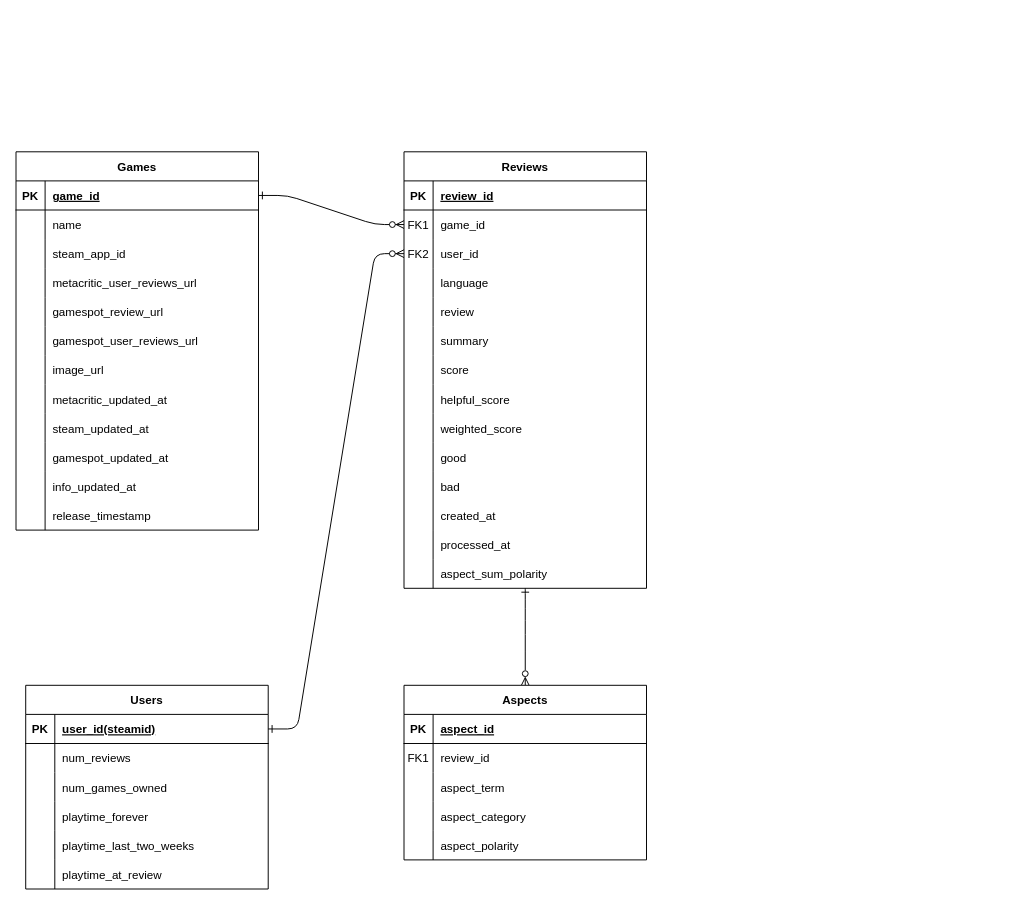
Before: ER.drawio in Fergons/SentimentAnalysis, a draw.io diagram. Source tidied: cells renumbered, new cells numbered last; positions are measured from the earlier drawing's top-left corner, leaving out a move shared by most shapes. Both pictures are drawn from the tidied source at 97%, with x=0, y=0 at pixel (16, 151).
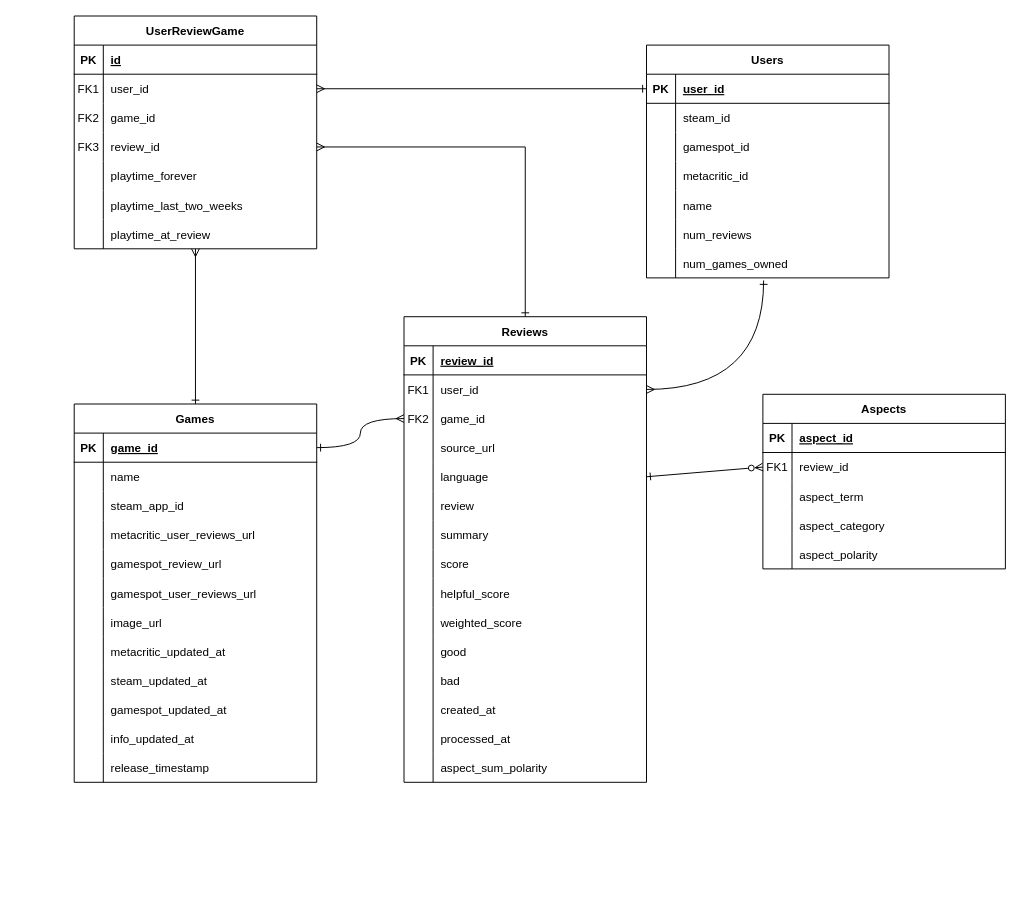
Above is the later version.

The change refers to these unchanged cells:
```xml
<mxCell id="48" style="shape=partialRectangle;fillColor=none;points=[[0,0.5],[1,0.5]];portConstraint=eastwest;top=0;left=0;right=0;bottom=1;" parent="47" vertex="1">
  <mxGeometry y="30" width="250" height="30" as="geometry" />
</mxCell>
<mxCell id="85" style="shape=partialRectangle;fillColor=none;points=[[0,0.5],[1,0.5]];portConstraint=eastwest;top=0;left=0;right=0;bottom=1;" parent="84" vertex="1">
  <mxGeometry y="30" width="250" height="30" as="geometry" />
</mxCell>
<mxCell id="88" style="shape=partialRectangle;fillColor=none;top=0;left=0;right=0;bottom=0;" parent="84" vertex="1">
  <mxGeometry y="60" width="250" height="30" as="geometry" />
</mxCell>
<mxCell id="108" style="shape=partialRectangle;fillColor=none;points=[[0,0.5],[1,0.5]];portConstraint=eastwest;top=0;left=0;right=0;bottom=0;" parent="104" vertex="1">
  <mxGeometry y="60" width="250" height="30" as="geometry" />
</mxCell>
```

The edit, as a diff of the source:
```diff
@@
-    <mxCell id="2" style="edgeStyle=entityRelationEdgeStyle;endArrow=ERzeroToMany;startArrow=ERone;endFill=1;startFill=0;" parent="1" edge="1" source="48" target="8">
-      <mxGeometry relative="1" as="geometry" />
-    </mxCell>
-    <mxCell id="3" style="edgeStyle=orthogonalEdgeStyle;curved=1;rounded=0;jettySize=auto;html=1;entryX=0.5;entryY=0;entryDx=0;entryDy=0;endArrow=ERzeroToMany;endFill=0;startArrow=ERone;startFill=0;" parent="1" edge="1" source="4" target="104">
+    <mxCell id="3" style="rounded=0;jettySize=auto;html=1;endArrow=ERzeroToMany;endFill=0;startArrow=ERone;startFill=0;exitX=1;exitY=0.5;exitDx=0;exitDy=0;entryX=0;entryY=0.5;entryDx=0;entryDy=0;" parent="1" edge="1" source="14" target="108">
       <mxGeometry relative="1" as="geometry" />
     </mxCell>
     <mxCell id="4" value="Reviews" style="shape=table;startSize=30;childLayout=tableLayout;rowLines=0;fontStyle=1;align=center;" parent="1" vertex="1">
-      <mxGeometry x="400" width="250" height="450" as="geometry" />
+      <mxGeometry x="400" y="170" width="250" height="480" as="geometry" />
     </mxCell>
@@
-    <mxCell id="8" style="shape=partialRectangle;fillColor=none;points=[[0,0.5],[1,0.5]];portConstraint=eastwest;top=0;left=0;right=0;bottom=0;" parent="4" vertex="1">
-      <mxGeometry y="60" width="250" height="30" as="geometry" />
-    </mxCell>
-    <mxCell id="9" value="FK1" style="shape=partialRectangle;overflow=hidden;fillColor=none;top=0;left=0;bottom=0;right=0;" parent="8" vertex="1">
-      <mxGeometry width="30" height="30" as="geometry" />
-    </mxCell>
-    <mxCell id="10" value="game_id" style="shape=partialRectangle;overflow=hidden;fillColor=none;top=0;left=0;bottom=0;right=0;align=left;spacingLeft=6;" parent="8" vertex="1">
-      <mxGeometry x="30" width="220" height="30" as="geometry" />
-    </mxCell>
-    <mxCell id="11" style="shape=partialRectangle;fillColor=none;points=[[0,0.5],[1,0.5]];portConstraint=eastwest;top=0;left=0;right=0;bottom=0;" parent="4" vertex="1">
-      <mxGeometry y="90" width="250" height="30" as="geometry" />
-    </mxCell>
-    <mxCell id="12" value="FK2" style="shape=partialRectangle;overflow=hidden;fillColor=none;top=0;left=0;bottom=0;right=0;" parent="11" vertex="1">
-      <mxGeometry width="30" height="30" as="geometry" />
-    </mxCell>
-    <mxCell id="13" value="user_id" style="shape=partialRectangle;overflow=hidden;fillColor=none;top=0;left=0;bottom=0;right=0;align=left;spacingLeft=6;" parent="11" vertex="1">
-      <mxGeometry x="30" width="220" height="30" as="geometry" />
-    </mxCell>
+    <mxCell id="120" style="shape=partialRectangle;fillColor=none;points=[[0,0.5],[1,0.5]];portConstraint=eastwest;top=0;left=0;right=0;bottom=0;" parent="4" vertex="1">
+      <mxGeometry y="60" width="250" height="30" as="geometry" />
+    </mxCell>
+    <mxCell id="121" value="FK1" style="shape=partialRectangle;overflow=hidden;fillColor=none;top=0;left=0;bottom=0;right=0;" parent="120" vertex="1">
+      <mxGeometry width="30" height="30" as="geometry" />
+    </mxCell>
+    <mxCell id="122" value="user_id" style="shape=partialRectangle;overflow=hidden;fillColor=none;top=0;left=0;bottom=0;right=0;align=left;spacingLeft=6;" parent="120" vertex="1">
+      <mxGeometry x="30" width="220" height="30" as="geometry" />
+    </mxCell>
+    <mxCell id="123" style="shape=partialRectangle;fillColor=none;points=[[0,0.5],[1,0.5]];portConstraint=eastwest;top=0;left=0;right=0;bottom=0;" parent="4" vertex="1">
+      <mxGeometry y="90" width="250" height="30" as="geometry" />
+    </mxCell>
+    <mxCell id="124" value="FK2" style="shape=partialRectangle;overflow=hidden;fillColor=none;top=0;left=0;bottom=0;right=0;" parent="123" vertex="1">
+      <mxGeometry width="30" height="30" as="geometry" />
+    </mxCell>
+    <mxCell id="125" value="game_id" style="shape=partialRectangle;overflow=hidden;fillColor=none;top=0;left=0;bottom=0;right=0;align=left;spacingLeft=6;" parent="123" vertex="1">
+      <mxGeometry x="30" width="220" height="30" as="geometry" />
+    </mxCell>
+    <mxCell id="126" style="shape=partialRectangle;fillColor=none;top=0;left=0;right=0;bottom=0;" parent="4" vertex="1">
+      <mxGeometry y="120" width="250" height="30" as="geometry" />
+    </mxCell>
+    <mxCell id="127" style="shape=partialRectangle;overflow=hidden;fillColor=none;top=0;left=0;bottom=0;right=0;" parent="126" vertex="1">
+      <mxGeometry width="30" height="30" as="geometry" />
+    </mxCell>
+    <mxCell id="128" value="source_url" style="shape=partialRectangle;overflow=hidden;fillColor=none;top=0;left=0;bottom=0;right=0;align=left;spacingLeft=6;" parent="126" vertex="1">
+      <mxGeometry x="30" width="220" height="30" as="geometry" />
+    </mxCell>
     <mxCell id="14" style="shape=partialRectangle;fillColor=none;points=[[0,0.5],[1,0.5]];portConstraint=eastwest;top=0;left=0;right=0;bottom=0;" parent="4" vertex="1">
-      <mxGeometry y="120" width="250" height="30" as="geometry" />
+      <mxGeometry y="150" width="250" height="30" as="geometry" />
     </mxCell>
@@
     <mxCell id="17" style="shape=partialRectangle;fillColor=none;top=0;left=0;right=0;bottom=0;" parent="4" vertex="1">
-      <mxGeometry y="150" width="250" height="30" as="geometry" />
+      <mxGeometry y="180" width="250" height="30" as="geometry" />
     </mxCell>
@@
     <mxCell id="20" style="shape=partialRectangle;fillColor=none;top=0;left=0;right=0;bottom=0;" parent="4" vertex="1">
-      <mxGeometry y="180" width="250" height="30" as="geometry" />
+      <mxGeometry y="210" width="250" height="30" as="geometry" />
     </mxCell>
@@
     <mxCell id="23" style="shape=partialRectangle;fillColor=none;top=0;left=0;right=0;bottom=0;" parent="4" vertex="1">
-      <mxGeometry y="210" width="250" height="30" as="geometry" />
+      <mxGeometry y="240" width="250" height="30" as="geometry" />
     </mxCell>
@@
     <mxCell id="26" style="shape=partialRectangle;fillColor=none;top=0;left=0;right=0;bottom=0;" parent="4" vertex="1">
-      <mxGeometry y="240" width="250" height="30" as="geometry" />
+      <mxGeometry y="270" width="250" height="30" as="geometry" />
     </mxCell>
@@
     <mxCell id="29" style="shape=partialRectangle;fillColor=none;top=0;left=0;right=0;bottom=0;" parent="4" vertex="1">
-      <mxGeometry y="270" width="250" height="30" as="geometry" />
+      <mxGeometry y="300" width="250" height="30" as="geometry" />
     </mxCell>
@@
     <mxCell id="32" style="shape=partialRectangle;fillColor=none;top=0;left=0;right=0;bottom=0;" parent="4" vertex="1">
-      <mxGeometry y="300" width="250" height="30" as="geometry" />
+      <mxGeometry y="330" width="250" height="30" as="geometry" />
     </mxCell>
@@
     <mxCell id="35" style="shape=partialRectangle;fillColor=none;top=0;left=0;right=0;bottom=0;" parent="4" vertex="1">
-      <mxGeometry y="330" width="250" height="30" as="geometry" />
+      <mxGeometry y="360" width="250" height="30" as="geometry" />
     </mxCell>
@@
     <mxCell id="38" style="shape=partialRectangle;fillColor=none;top=0;left=0;right=0;bottom=0;" parent="4" vertex="1">
-      <mxGeometry y="360" width="250" height="30" as="geometry" />
+      <mxGeometry y="390" width="250" height="30" as="geometry" />
     </mxCell>
@@
     <mxCell id="41" style="shape=partialRectangle;fillColor=none;top=0;left=0;right=0;bottom=0;" parent="4" vertex="1">
-      <mxGeometry y="390" width="250" height="30" as="geometry" />
+      <mxGeometry y="420" width="250" height="30" as="geometry" />
     </mxCell>
@@
     <mxCell id="44" style="shape=partialRectangle;fillColor=none;top=0;left=0;right=0;bottom=0;" parent="4" vertex="1">
-      <mxGeometry y="420" width="250" height="30" as="geometry" />
+      <mxGeometry y="450" width="250" height="30" as="geometry" />
     </mxCell>
@@
     <mxCell id="47" value="Games" style="shape=table;startSize=30;childLayout=tableLayout;rowLines=0;fontStyle=1;align=center;" parent="1" vertex="1">
-      <mxGeometry width="250" height="390" as="geometry" />
+      <mxGeometry x="60" y="260" width="250" height="390" as="geometry" />
     </mxCell>
@@
     <mxCell id="84" value="Users" style="shape=table;startSize=30;childLayout=tableLayout;rowLines=0;fontStyle=1;align=center;" parent="1" vertex="1">
-      <mxGeometry x="10" y="550" width="250" height="210" as="geometry" />
+      <mxGeometry x="650" y="-110" width="250" height="240" as="geometry" />
     </mxCell>
@@
-    <mxCell id="87" value="user_id(steamid)" style="shape=partialRectangle;overflow=hidden;fillColor=none;top=0;left=0;bottom=0;right=0;align=left;spacingLeft=6;fontStyle=5;" parent="85" vertex="1">
+    <mxCell id="87" value="user_id" style="shape=partialRectangle;overflow=hidden;fillColor=none;top=0;left=0;bottom=0;right=0;align=left;spacingLeft=6;fontStyle=5;" parent="85" vertex="1">
       <mxGeometry x="30" width="220" height="30" as="geometry" />
     </mxCell>
@@
-    <mxCell id="90" value="num_reviews " style="shape=partialRectangle;overflow=hidden;fillColor=none;top=0;left=0;bottom=0;right=0;align=left;spacingLeft=6;" parent="88" vertex="1">
+    <mxCell id="90" value="steam_id" style="shape=partialRectangle;overflow=hidden;fillColor=none;top=0;left=0;bottom=0;right=0;align=left;spacingLeft=6;" parent="88" vertex="1">
       <mxGeometry x="30" width="220" height="30" as="geometry" />
     </mxCell>
+    <mxCell id="129" style="shape=partialRectangle;fillColor=none;top=0;left=0;right=0;bottom=0;" parent="84" vertex="1">
+      <mxGeometry y="90" width="250" height="30" as="geometry" />
+    </mxCell>
+    <mxCell id="130" style="shape=partialRectangle;overflow=hidden;fillColor=none;top=0;left=0;bottom=0;right=0;" parent="129" vertex="1">
+      <mxGeometry width="30" height="30" as="geometry" />
+    </mxCell>
+    <mxCell id="131" value="gamespot_id" style="shape=partialRectangle;overflow=hidden;fillColor=none;top=0;left=0;bottom=0;right=0;align=left;spacingLeft=6;" parent="129" vertex="1">
+      <mxGeometry x="30" width="220" height="30" as="geometry" />
+    </mxCell>
+    <mxCell id="132" style="shape=partialRectangle;fillColor=none;top=0;left=0;right=0;bottom=0;" parent="84" vertex="1">
+      <mxGeometry y="120" width="250" height="30" as="geometry" />
+    </mxCell>
+    <mxCell id="133" style="shape=partialRectangle;overflow=hidden;fillColor=none;top=0;left=0;bottom=0;right=0;" parent="132" vertex="1">
+      <mxGeometry width="30" height="30" as="geometry" />
+    </mxCell>
+    <mxCell id="134" value="metacritic_id" style="shape=partialRectangle;overflow=hidden;fillColor=none;top=0;left=0;bottom=0;right=0;align=left;spacingLeft=6;" parent="132" vertex="1">
+      <mxGeometry x="30" width="220" height="30" as="geometry" />
+    </mxCell>
     <mxCell id="91" style="shape=partialRectangle;fillColor=none;top=0;left=0;right=0;bottom=0;" parent="84" vertex="1">
-      <mxGeometry y="90" width="250" height="30" as="geometry" />
+      <mxGeometry y="150" width="250" height="30" as="geometry" />
     </mxCell>
@@
-    <mxCell id="93" value="num_games_owned " style="shape=partialRectangle;overflow=hidden;fillColor=none;top=0;left=0;bottom=0;right=0;align=left;spacingLeft=6;" parent="91" vertex="1">
+    <mxCell id="93" value="name" style="shape=partialRectangle;overflow=hidden;fillColor=none;top=0;left=0;bottom=0;right=0;align=left;spacingLeft=6;" parent="91" vertex="1">
       <mxGeometry x="30" width="220" height="30" as="geometry" />
     </mxCell>
-    <mxCell id="94" style="shape=partialRectangle;fillColor=none;top=0;left=0;right=0;bottom=0;" parent="84" vertex="1">
-      <mxGeometry y="120" width="250" height="30" as="geometry" />
-    </mxCell>
-    <mxCell id="95" style="shape=partialRectangle;overflow=hidden;fillColor=none;top=0;left=0;bottom=0;right=0;" parent="94" vertex="1">
-      <mxGeometry width="30" height="30" as="geometry" />
-    </mxCell>
-    <mxCell id="96" value="playtime_forever" style="shape=partialRectangle;overflow=hidden;fillColor=none;top=0;left=0;bottom=0;right=0;align=left;spacingLeft=6;" parent="94" vertex="1">
-      <mxGeometry x="30" width="220" height="30" as="geometry" />
-    </mxCell>
-    <mxCell id="97" style="shape=partialRectangle;fillColor=none;top=0;left=0;right=0;bottom=0;" parent="84" vertex="1">
-      <mxGeometry y="150" width="250" height="30" as="geometry" />
-    </mxCell>
-    <mxCell id="98" style="shape=partialRectangle;overflow=hidden;fillColor=none;top=0;left=0;bottom=0;right=0;" parent="97" vertex="1">
-      <mxGeometry width="30" height="30" as="geometry" />
-    </mxCell>
-    <mxCell id="99" value="playtime_last_two_weeks " style="shape=partialRectangle;overflow=hidden;fillColor=none;top=0;left=0;bottom=0;right=0;align=left;spacingLeft=6;" parent="97" vertex="1">
-      <mxGeometry x="30" width="220" height="30" as="geometry" />
-    </mxCell>
-    <mxCell id="100" style="shape=partialRectangle;fillColor=none;top=0;left=0;right=0;bottom=0;" parent="84" vertex="1">
-      <mxGeometry y="180" width="250" height="30" as="geometry" />
-    </mxCell>
-    <mxCell id="101" style="shape=partialRectangle;overflow=hidden;fillColor=none;top=0;left=0;bottom=0;right=0;" parent="100" vertex="1">
-      <mxGeometry width="30" height="30" as="geometry" />
-    </mxCell>
-    <mxCell id="102" value="playtime_at_review " style="shape=partialRectangle;overflow=hidden;fillColor=none;top=0;left=0;bottom=0;right=0;align=left;spacingLeft=6;" parent="100" vertex="1">
-      <mxGeometry x="30" width="220" height="30" as="geometry" />
-    </mxCell>
-    <mxCell id="103" style="edgeStyle=entityRelationEdgeStyle;endArrow=ERzeroToMany;startArrow=ERone;endFill=1;startFill=0;entryX=0;entryY=0.5;entryDx=0;entryDy=0;exitX=1;exitY=0.5;exitDx=0;exitDy=0;" parent="1" edge="1" source="85" target="11">
-      <mxGeometry relative="1" as="geometry" />
-    </mxCell>
+    <mxCell id="135" style="shape=partialRectangle;fillColor=none;top=0;left=0;right=0;bottom=0;" parent="84" vertex="1">
+      <mxGeometry y="180" width="250" height="30" as="geometry" />
+    </mxCell>
+    <mxCell id="136" style="shape=partialRectangle;overflow=hidden;fillColor=none;top=0;left=0;bottom=0;right=0;" parent="135" vertex="1">
+      <mxGeometry width="30" height="30" as="geometry" />
+    </mxCell>
+    <mxCell id="137" value="num_reviews " style="shape=partialRectangle;overflow=hidden;fillColor=none;top=0;left=0;bottom=0;right=0;align=left;spacingLeft=6;" parent="135" vertex="1">
+      <mxGeometry x="30" width="220" height="30" as="geometry" />
+    </mxCell>
+    <mxCell id="138" style="shape=partialRectangle;fillColor=none;points=[[0,0.5],[1,0.5]];portConstraint=eastwest;top=0;left=0;right=0;bottom=0;" parent="84" vertex="1">
+      <mxGeometry y="210" width="250" height="30" as="geometry" />
+    </mxCell>
+    <mxCell id="139" style="shape=partialRectangle;overflow=hidden;fillColor=none;top=0;left=0;bottom=0;right=0;" parent="138" vertex="1">
+      <mxGeometry width="30" height="30" as="geometry" />
+    </mxCell>
+    <mxCell id="140" value="num_games_owned " style="shape=partialRectangle;overflow=hidden;fillColor=none;top=0;left=0;bottom=0;right=0;align=left;spacingLeft=6;" parent="138" vertex="1">
+      <mxGeometry x="30" width="220" height="30" as="geometry" />
+    </mxCell>
     <mxCell id="104" value="Aspects" style="shape=table;startSize=30;childLayout=tableLayout;rowLines=0;fontStyle=1;align=center;" parent="1" vertex="1">
-      <mxGeometry x="400" y="550" width="250" height="180" as="geometry" />
+      <mxGeometry x="770" y="250" width="250" height="180" as="geometry" />
     </mxCell>
@@
+    <mxCell id="141" style="edgeStyle=orthogonalEdgeStyle;rounded=0;jettySize=auto;html=1;entryX=0.5;entryY=0;entryDx=0;entryDy=0;endArrow=ERone;endFill=0;startArrow=ERmany;startFill=0;" parent="1" edge="1" source="142" target="47">
+      <mxGeometry relative="1" as="geometry" />
+    </mxCell>
+    <mxCell id="142" value="UserReviewGame" style="shape=table;startSize=30;childLayout=tableLayout;rowLines=0;fontStyle=1;align=center;" parent="1" vertex="1">
+      <mxGeometry x="60" y="-140" width="250" height="240" as="geometry" />
+    </mxCell>
+    <mxCell id="143" style="shape=partialRectangle;fillColor=none;top=0;left=0;right=0;bottom=1;" parent="142" vertex="1">
+      <mxGeometry y="30" width="250" height="30" as="geometry" />
+    </mxCell>
+    <mxCell id="144" value="PK" style="shape=partialRectangle;overflow=hidden;fillColor=none;top=0;left=0;bottom=0;right=0;fontStyle=1;" parent="143" vertex="1">
+      <mxGeometry width="30" height="30" as="geometry" />
+    </mxCell>
+    <mxCell id="145" value="id" style="shape=partialRectangle;overflow=hidden;fillColor=none;top=0;left=0;bottom=0;right=0;align=left;spacingLeft=6;fontStyle=5;" parent="143" vertex="1">
+      <mxGeometry x="30" width="220" height="30" as="geometry" />
+    </mxCell>
+    <mxCell id="146" style="shape=partialRectangle;fillColor=none;points=[[0,0.5],[1,0.5]];portConstraint=eastwest;top=0;left=0;right=0;bottom=0;" parent="142" vertex="1">
+      <mxGeometry y="60" width="250" height="30" as="geometry" />
+    </mxCell>
+    <mxCell id="147" value="FK1" style="shape=partialRectangle;overflow=hidden;fillColor=none;top=0;left=0;bottom=0;right=0;" parent="146" vertex="1">
+      <mxGeometry width="30" height="30" as="geometry" />
+    </mxCell>
+    <mxCell id="148" value="user_id" style="shape=partialRectangle;overflow=hidden;fillColor=none;top=0;left=0;bottom=0;right=0;align=left;spacingLeft=6;" parent="146" vertex="1">
+      <mxGeometry x="30" width="220" height="30" as="geometry" />
+    </mxCell>
+    <mxCell id="149" style="shape=partialRectangle;fillColor=none;top=0;left=0;right=0;bottom=0;" parent="142" vertex="1">
+      <mxGeometry y="90" width="250" height="30" as="geometry" />
+    </mxCell>
+    <mxCell id="150" value="FK2" style="shape=partialRectangle;overflow=hidden;fillColor=none;top=0;left=0;bottom=0;right=0;" parent="149" vertex="1">
+      <mxGeometry width="30" height="30" as="geometry" />
+    </mxCell>
+    <mxCell id="151" value="game_id" style="shape=partialRectangle;overflow=hidden;fillColor=none;top=0;left=0;bottom=0;right=0;align=left;spacingLeft=6;" parent="149" vertex="1">
+      <mxGeometry x="30" width="220" height="30" as="geometry" />
+    </mxCell>
+    <mxCell id="152" style="shape=partialRectangle;fillColor=none;points=[[0,0.5],[1,0.5]];portConstraint=eastwest;top=0;left=0;right=0;bottom=0;" parent="142" vertex="1">
+      <mxGeometry y="120" width="250" height="30" as="geometry" />
+    </mxCell>
+    <mxCell id="153" value="FK3" style="shape=partialRectangle;overflow=hidden;fillColor=none;top=0;left=0;bottom=0;right=0;" parent="152" vertex="1">
+      <mxGeometry width="30" height="30" as="geometry" />
+    </mxCell>
+    <mxCell id="154" value="review_id" style="shape=partialRectangle;overflow=hidden;fillColor=none;top=0;left=0;bottom=0;right=0;align=left;spacingLeft=6;" parent="152" vertex="1">
+      <mxGeometry x="30" width="220" height="30" as="geometry" />
+    </mxCell>
+    <mxCell id="97" style="shape=partialRectangle;fillColor=none;top=0;left=0;right=0;bottom=0;" parent="142" vertex="1">
+      <mxGeometry y="150" width="250" height="30" as="geometry" />
+    </mxCell>
+    <mxCell id="155" style="shape=partialRectangle;overflow=hidden;fillColor=none;top=0;left=0;bottom=0;right=0;" parent="97" vertex="1">
+      <mxGeometry width="30" height="30" as="geometry" />
+    </mxCell>
+    <mxCell id="96" value="playtime_forever" style="shape=partialRectangle;overflow=hidden;fillColor=none;top=0;left=0;bottom=0;right=0;align=left;spacingLeft=6;" parent="97" vertex="1">
+      <mxGeometry x="30" width="220" height="30" as="geometry" />
+    </mxCell>
+    <mxCell id="156" style="shape=partialRectangle;fillColor=none;top=0;left=0;right=0;bottom=0;" parent="142" vertex="1">
+      <mxGeometry y="180" width="250" height="30" as="geometry" />
+    </mxCell>
+    <mxCell id="157" style="shape=partialRectangle;overflow=hidden;fillColor=none;top=0;left=0;bottom=0;right=0;" parent="156" vertex="1">
+      <mxGeometry width="30" height="30" as="geometry" />
+    </mxCell>
+    <mxCell id="99" value="playtime_last_two_weeks" style="shape=partialRectangle;overflow=hidden;fillColor=none;top=0;left=0;bottom=0;right=0;align=left;spacingLeft=6;" parent="156" vertex="1">
+      <mxGeometry x="30" width="220" height="30" as="geometry" />
+    </mxCell>
+    <mxCell id="158" style="shape=partialRectangle;fillColor=none;top=0;left=0;right=0;bottom=0;" parent="142" vertex="1">
+      <mxGeometry y="210" width="250" height="30" as="geometry" />
+    </mxCell>
+    <mxCell id="159" style="shape=partialRectangle;overflow=hidden;fillColor=none;top=0;left=0;bottom=0;right=0;" parent="158" vertex="1">
+      <mxGeometry width="30" height="30" as="geometry" />
+    </mxCell>
+    <mxCell id="102" value="playtime_at_review" style="shape=partialRectangle;overflow=hidden;fillColor=none;top=0;left=0;bottom=0;right=0;align=left;spacingLeft=6;" parent="158" vertex="1">
+      <mxGeometry x="30" width="220" height="30" as="geometry" />
+    </mxCell>
+    <mxCell id="160" style="edgeStyle=orthogonalEdgeStyle;rounded=0;jettySize=auto;html=1;exitX=1;exitY=0.5;exitDx=0;exitDy=0;entryX=0;entryY=0.5;entryDx=0;entryDy=0;endArrow=ERone;endFill=0;startArrow=ERmany;startFill=0;" parent="1" edge="1" source="146" target="85">
+      <mxGeometry relative="1" as="geometry" />
+    </mxCell>
+    <mxCell id="161" style="edgeStyle=orthogonalEdgeStyle;rounded=0;jettySize=auto;html=1;exitX=1;exitY=0.5;exitDx=0;exitDy=0;entryX=0.5;entryY=0;entryDx=0;entryDy=0;endArrow=ERone;endFill=0;startArrow=ERmany;startFill=0;" parent="1" edge="1" source="152" target="4">
+      <mxGeometry relative="1" as="geometry" />
+    </mxCell>
+    <mxCell id="162" style="edgeStyle=orthogonalEdgeStyle;rounded=0;jettySize=auto;html=1;exitX=1;exitY=0.5;exitDx=0;exitDy=0;entryX=0.483;entryY=1.089;entryDx=0;entryDy=0;entryPerimeter=0;startArrow=ERmany;startFill=0;endArrow=ERone;endFill=0;curved=1;" parent="1" edge="1" source="120" target="138">
+      <mxGeometry relative="1" as="geometry">
+        <Array as="points">
+          <mxPoint x="771" y="245" />
+        </Array>
+      </mxGeometry>
+    </mxCell>
+    <mxCell id="163" style="edgeStyle=orthogonalEdgeStyle;rounded=0;jettySize=auto;html=1;exitX=0;exitY=0.5;exitDx=0;exitDy=0;entryX=1;entryY=0.5;entryDx=0;entryDy=0;startArrow=ERmany;startFill=0;endArrow=ERone;endFill=0;curved=1;" parent="1" edge="1" source="123" target="48">
+      <mxGeometry relative="1" as="geometry">
+        <Array as="points">
+          <mxPoint x="355" y="275" />
+          <mxPoint x="355" y="305" />
+        </Array>
+      </mxGeometry>
+    </mxCell>
```
